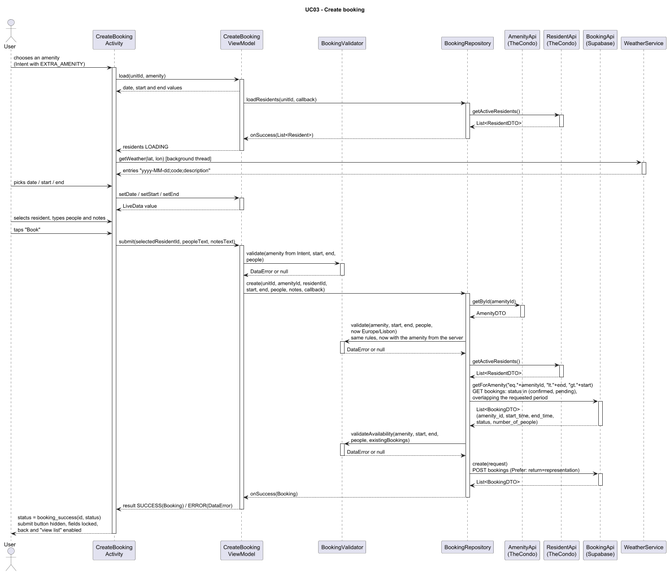
The PlantUML diagram app/doc/UseCases/UC03/png/SD - UC03.png in MiguelSantos568/DSSMV_ProjectDroid_1231121_1240568, before a commit. Source of this version:
```plantuml
@startuml
title UC03 - Create booking

actor User
participant "CreateBooking\nActivity" as Form
participant "CreateBooking\nViewModel" as VM
participant BookingValidator as Validator
participant BookingRepository as Repo
participant "AmenityApi\n(TheCondo)" as AmenityApi
participant "ResidentApi\n(TheCondo)" as ResidentApi
participant "BookingApi\n(Supabase)" as BookingApi
participant WeatherService as Weather

User -> Form ++ : chooses an amenity\n(Intent with EXTRA_AMENITY)
    Form -> VM ++ : load(unitId, amenity)
    VM --> Form : date, start and end values
        VM -> Repo ++ : loadResidents(unitId, callback)
            Repo -> ResidentApi ++ : getActiveResidents()
            ResidentApi --> Repo -- : List<ResidentDTO>
        Repo --> VM -- : onSuccess(List<Resident>)
    VM --> Form : residents LOADING
    deactivate VM

    Form -> Weather ++ : getWeather(lat, lon) [background thread]
    Weather --> Form -- : entries "yyyy-MM-dd;code;description"

User -> Form : picks date / start / end
    Form -> VM ++ : setDate / setStart / setEnd
    VM --> Form -- : LiveData value
User -> Form : selects resident, types people and notes
User -> Form : taps "Book"
    Form -> VM ++ : submit(selectedResidentId, peopleText, notesText)
        VM -> Validator ++ : validate(amenity from Intent, start, end,\npeople)
        Validator --> VM -- : DataError or null
        VM -> Repo ++ : create(unitId, amenityId, residentId,\nstart, end, people, notes, callback)
            Repo -> AmenityApi ++ : getById(amenityId)
            AmenityApi --> Repo -- : AmenityDTO
        Repo -> Validator ++ : validate(amenity, start, end, people,\nnow Europe/Lisbon)\nsame rules, now with the amenity from the server
        Validator --> Repo -- : DataError or null
            Repo -> ResidentApi ++ : getActiveResidents()
            ResidentApi --> Repo -- : List<ResidentDTO>
            Repo -> BookingApi ++ : getForAmenity("eq."+amenityId, "lt."+end, "gt."+start)\nGET bookings: status in (confirmed, pending),\noverlapping the requested period
            BookingApi --> Repo -- : List<BookingDTO>\n(amenity_id, start_time, end_time,\nstatus, number_of_people)
        Repo -> Validator ++ : validateAvailability(amenity, start, end,\npeople, existingBookings)
        Validator --> Repo -- : DataError or null
            Repo -> BookingApi ++ : create(request)\nPOST bookings (Prefer: return=representation)
            BookingApi --> Repo -- : List<BookingDTO>
        Repo --> VM : onSuccess(Booking)
        deactivate Repo
    VM --> Form : result SUCCESS(Booking) / ERROR(DataError)
    deactivate VM
Form --> User : status = booking_success(id, status)\nsubmit button hidden, fields locked,\nback and "view list" enabled
deactivate Form

@enduml
```
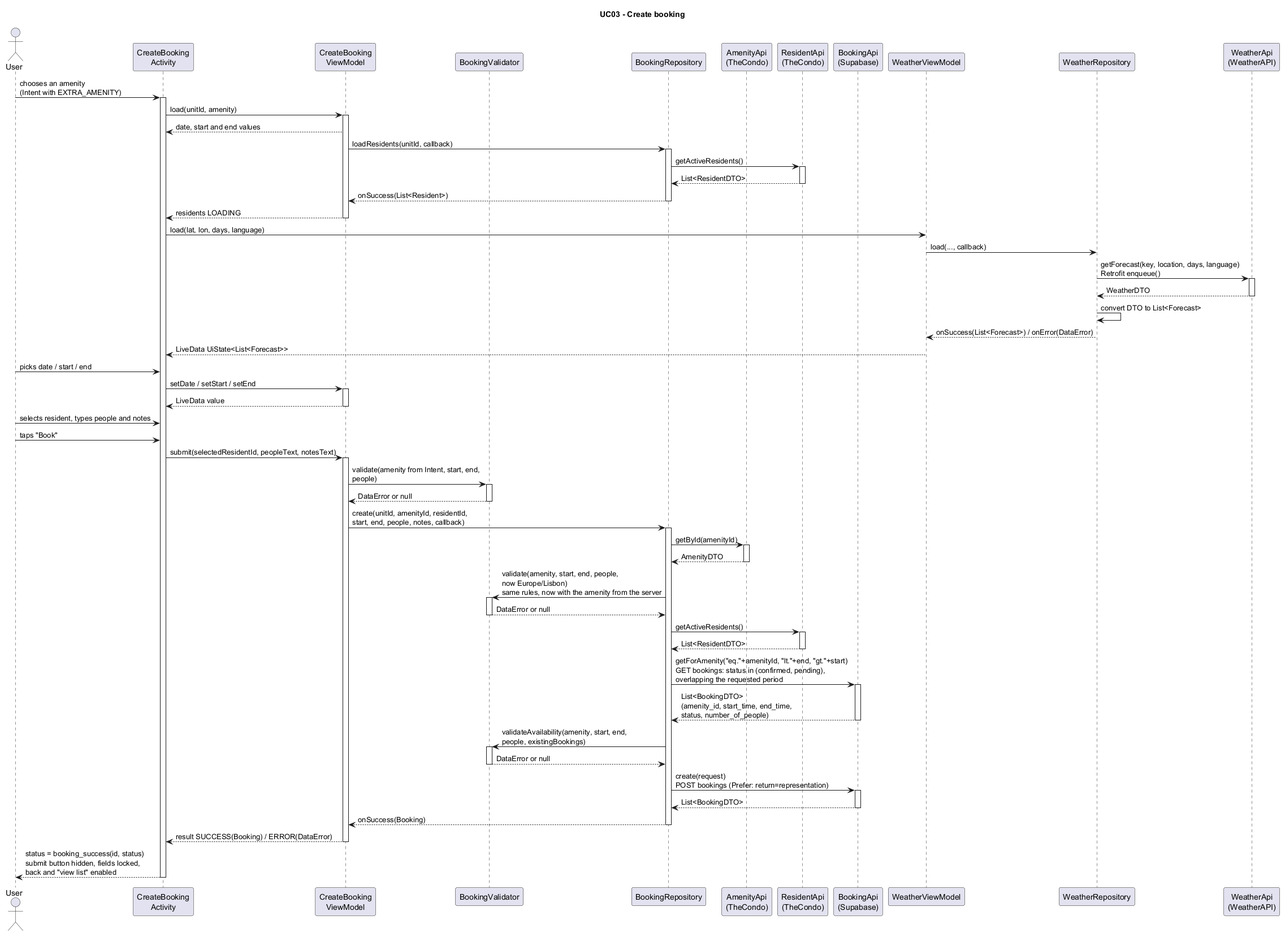
The same diagram one commit later.

The edit, as a diff of the source:
```diff
@@ -9,7 +9,9 @@
 participant "AmenityApi\n(TheCondo)" as AmenityApi
 participant "ResidentApi\n(TheCondo)" as ResidentApi
 participant "BookingApi\n(Supabase)" as BookingApi
-participant WeatherService as Weather
+participant WeatherViewModel as WeatherVM
+participant WeatherRepository as WeatherRepo
+participant "WeatherApi\n(WeatherAPI)" as Weather
 
 User -> Form ++ : chooses an amenity\n(Intent with EXTRA_AMENITY)
     Form -> VM ++ : load(unitId, amenity)
@@ -21,8 +23,13 @@
     VM --> Form : residents LOADING
     deactivate VM
 
-    Form -> Weather ++ : getWeather(lat, lon) [background thread]
-    Weather --> Form -- : entries "yyyy-MM-dd;code;description"
+    Form -> WeatherVM : load(lat, lon, days, language)
+    WeatherVM -> WeatherRepo : load(..., callback)
+    WeatherRepo -> Weather ++ : getForecast(key, location, days, language)\nRetrofit enqueue()
+    Weather --> WeatherRepo -- : WeatherDTO
+    WeatherRepo -> WeatherRepo : convert DTO to List<Forecast>
+    WeatherRepo --> WeatherVM : onSuccess(List<Forecast>) / onError(DataError)
+    WeatherVM --> Form : LiveData UiState<List<Forecast>>
 
 User -> Form : picks date / start / end
     Form -> VM ++ : setDate / setStart / setEnd
```
